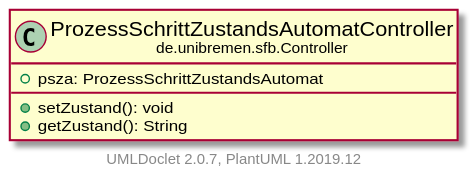
This is doc/UML/modulsichtSVG/ProzessSchrittZustandsAutomatController.svg from fkehlenb/softwareprojekt-2, a PlantUML export, as it was before one commit.
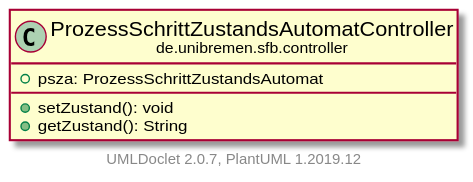
The same file after the commit.

Diff of the diagram source:
```diff
@@ -3,7 +3,7 @@
     hide empty fields
     hide empty methods
 
-    class "<size:14>ProzessSchrittZustandsAutomatController\n<size:10>de.unibremen.sfb.Controller" as de.unibremen.sfb.Controller.ProzessSchrittZustandsAutomatController [[ProzessSchrittZustandsAutomatController.html]] {
+    class "<size:14>ProzessSchrittZustandsAutomatController\n<size:10>de.unibremen.sfb.controller" as de.unibremen.sfb.controller.ProzessSchrittZustandsAutomatController [[ProzessSchrittZustandsAutomatController.html]] {
         +psza: ProzessSchrittZustandsAutomat
         +setZustand(): void
         +getZustand(): String
```
